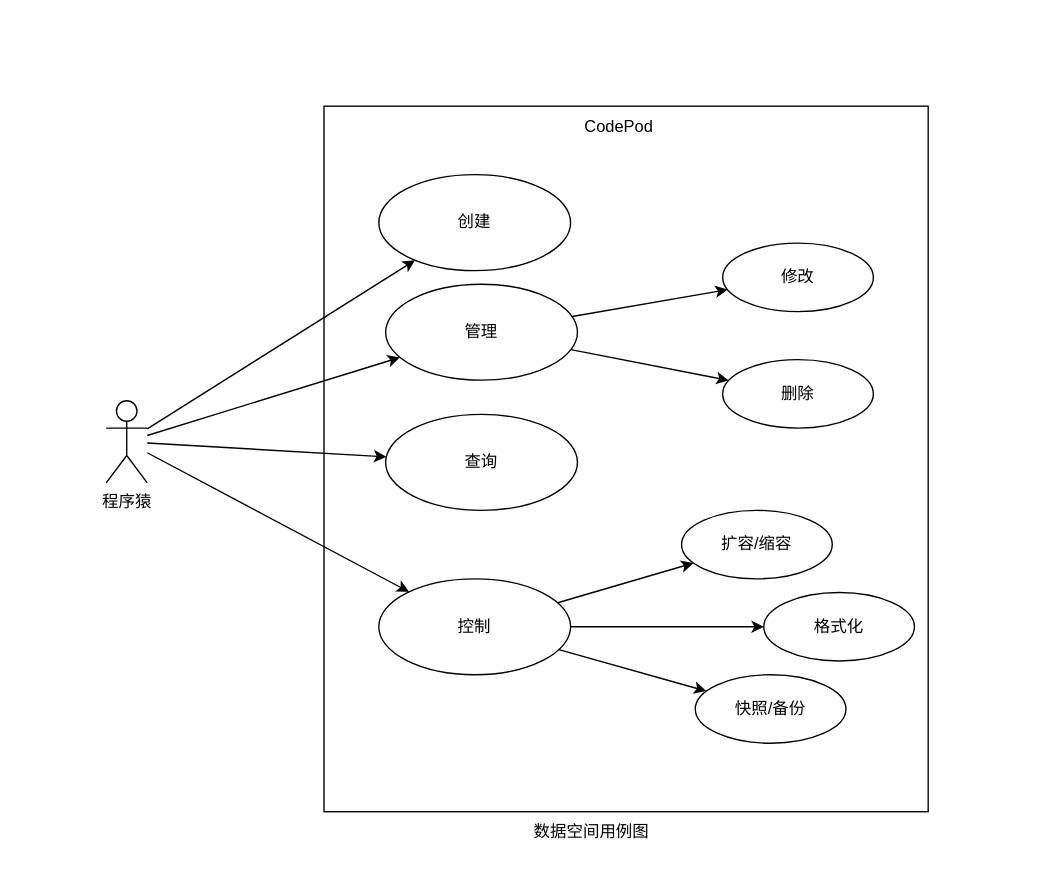
codepodspace/docs keeps this draw.io diagram as page "数据空间" (5 of 8) of business/_design/business_case.drawio. Above is the earlier version. Source tidied: cells renumbered, new cells numbered last; positions are measured from the earlier drawing's top-left corner, leaving out a move shared by most shapes. Both pictures are drawn from the tidied source at 137%, with x=0, y=0 at pixel (105, 105).
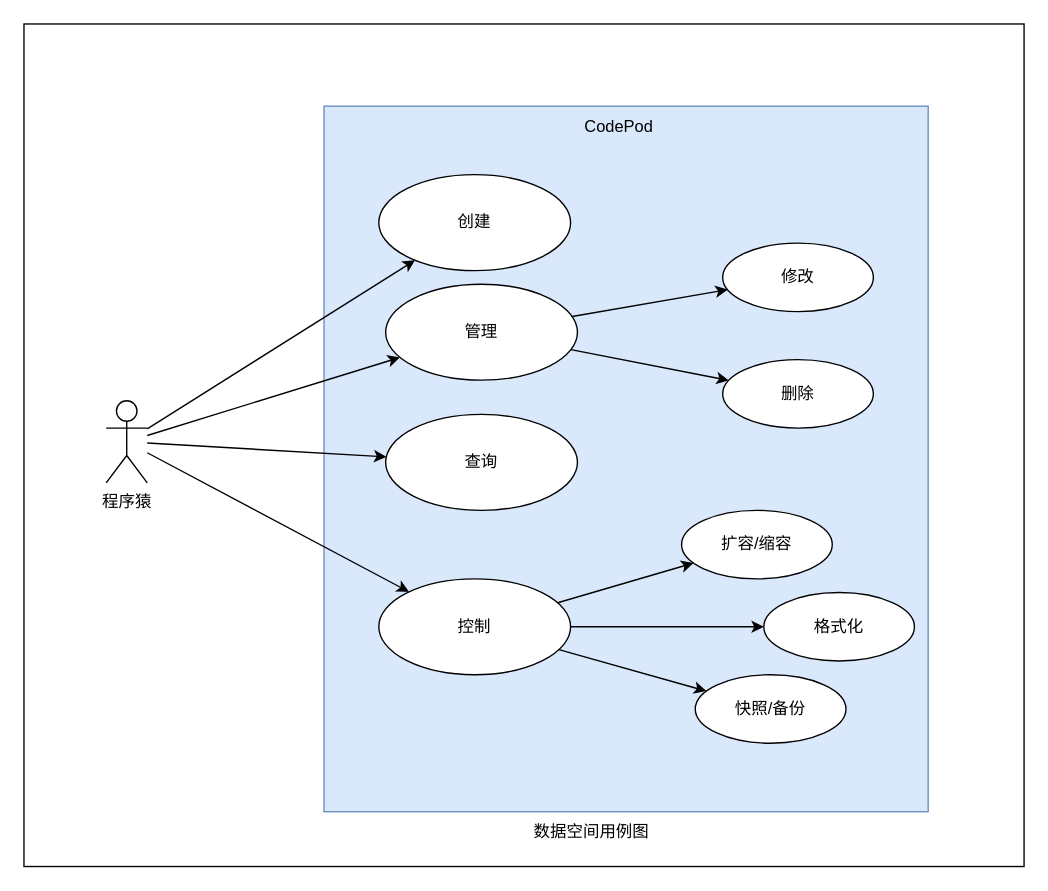
After the change.

Change to the diagram source:
```diff
@@
+    <mxCell id="24" style="rounded=0;whiteSpace=wrap;html=1;" parent="1" vertex="1">
+      <mxGeometry x="-60" y="-60" width="730" height="615" as="geometry" />
+    </mxCell>
-    <mxCell id="2" style="rounded=0;whiteSpace=wrap;html=1;" parent="1" vertex="1">
+    <mxCell id="2" style="rounded=0;whiteSpace=wrap;html=1;fillColor=#dae8fc;strokeColor=#6c8ebf;" parent="1" vertex="1">
       <mxGeometry x="159" width="441" height="515" as="geometry" />
     </mxCell>
```
